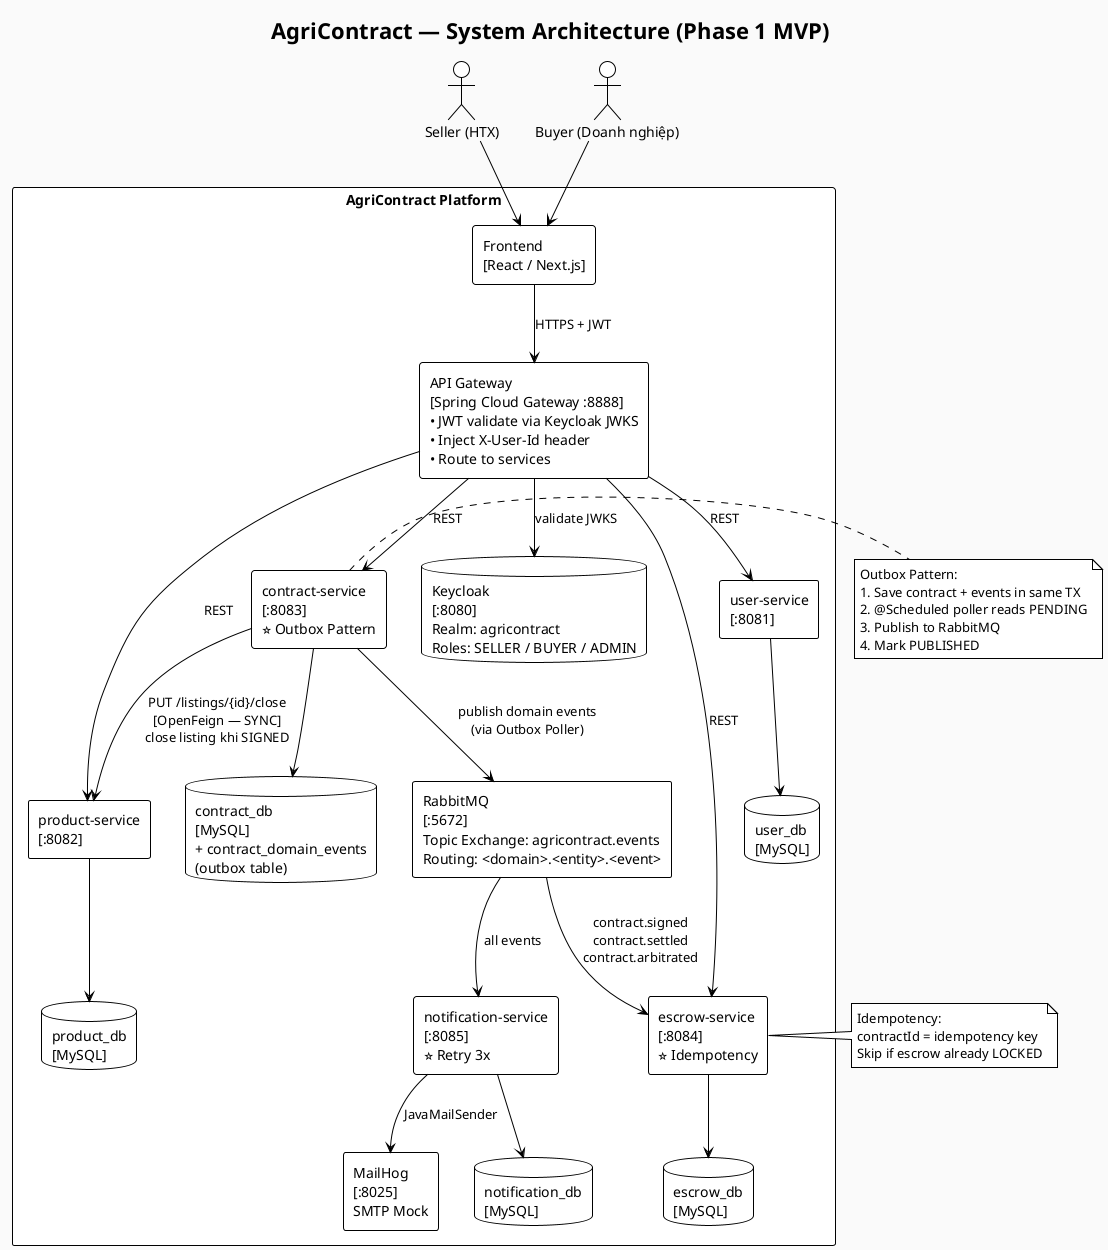
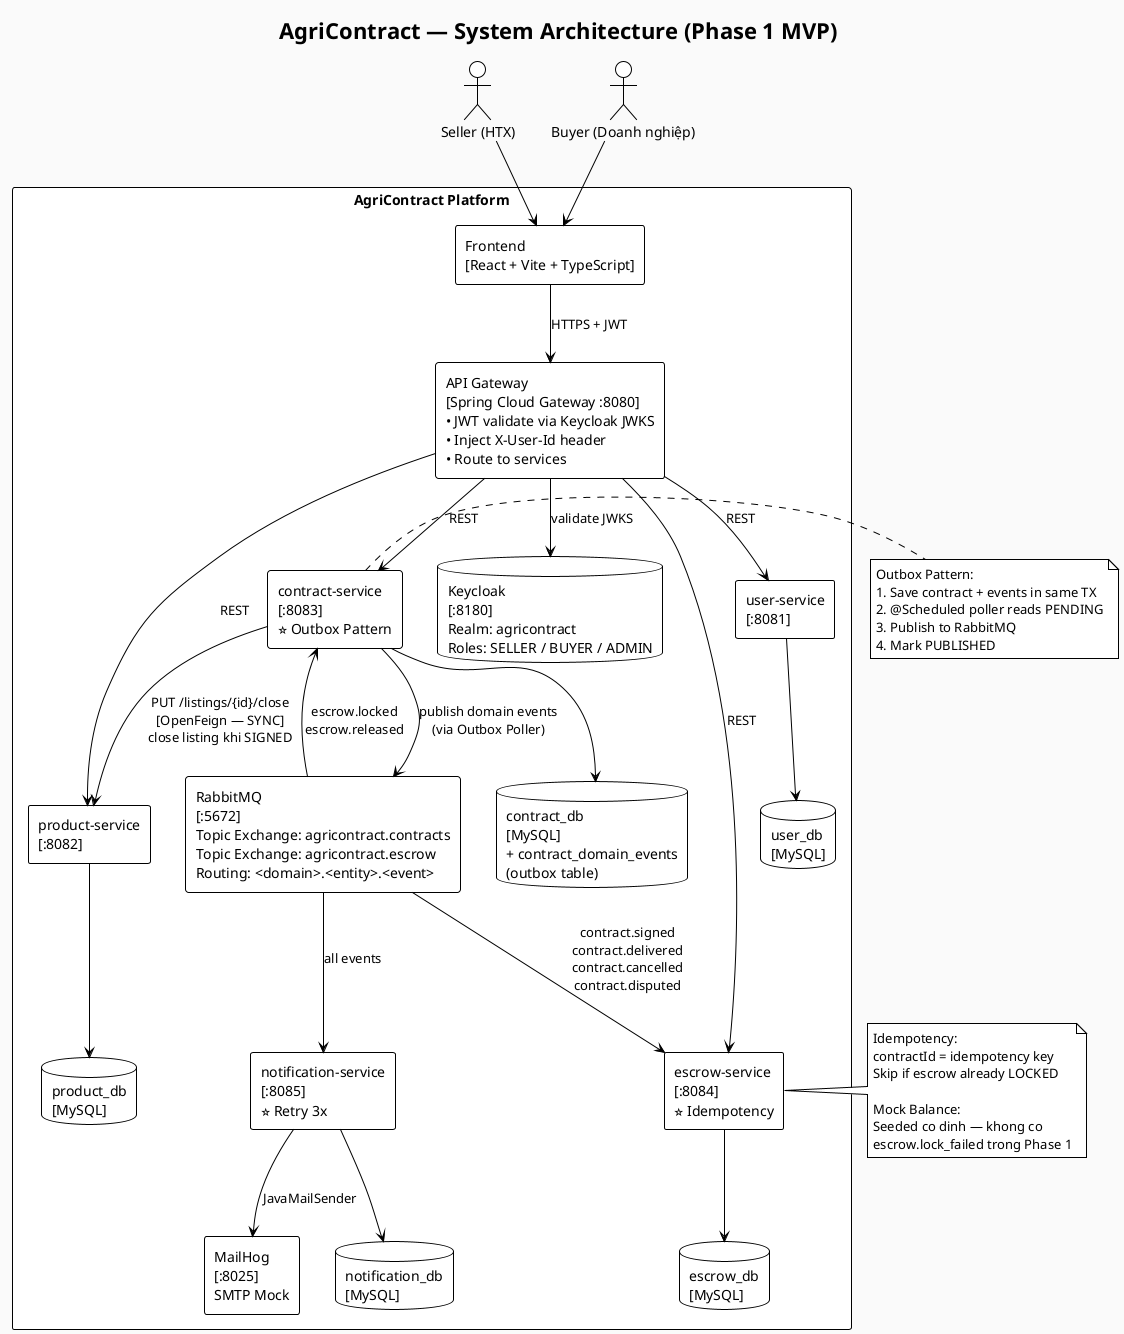
@startuml AgriContract - System Architecture
!theme plain
skinparam backgroundColor #FAFAFA
skinparam componentStyle rectangle
skinparam defaultFontName Arial

title AgriContract — System Architecture (Phase 1 MVP)

actor "Seller (HTX)" as Seller
actor "Buyer (Doanh nghiệp)" as Buyer

rectangle "AgriContract Platform" {
-     rectangle "Frontend\n[React / Next.js]" as FE
+     rectangle "Frontend\n[React + Vite + TypeScript]" as FE

-     rectangle "API Gateway\n[Spring Cloud Gateway :8888]\n• JWT validate via Keycloak JWKS\n• Inject X-User-Id header\n• Route to services" as GW
+     rectangle "API Gateway\n[Spring Cloud Gateway :8080]\n• JWT validate via Keycloak JWKS\n• Inject X-User-Id header\n• Route to services" as GW

-     database "Keycloak\n[:8080]\nRealm: agricontract\nRoles: SELLER / BUYER / ADMIN" as KC
+     database "Keycloak\n[:8180]\nRealm: agricontract\nRoles: SELLER / BUYER / ADMIN" as KC

-     rectangle "RabbitMQ\n[:5672]\nTopic Exchange: agricontract.events\nRouting: <domain>.<entity>.<event>" as MQ
+     rectangle "RabbitMQ\n[:5672]\nTopic Exchange: agricontract.contracts\nTopic Exchange: agricontract.escrow\nRouting: <domain>.<entity>.<event>" as MQ

    rectangle "user-service\n[:8081]" as US
    rectangle "product-service\n[:8082]" as PS
    rectangle "contract-service\n[:8083]\n⭐ Outbox Pattern" as CS
    rectangle "escrow-service\n[:8084]\n⭐ Idempotency" as ES
    rectangle "notification-service\n[:8085]\n⭐ Retry 3x" as NS

    database "user_db\n[MySQL]" as UDB
    database "product_db\n[MySQL]" as PDB
    database "contract_db\n[MySQL]\n+ contract_domain_events\n(outbox table)" as CDB
    database "escrow_db\n[MySQL]" as ESDB
    database "notification_db\n[MySQL]" as NDB

    rectangle "MailHog\n[:8025]\nSMTP Mock" as MAIL
}

Seller --> FE
Buyer --> FE
FE --> GW : HTTPS + JWT
GW --> KC : validate JWKS
GW --> US : REST
GW --> PS : REST
GW --> CS : REST
GW --> ES : REST

CS --> PS : PUT /listings/{id}/close\n[OpenFeign — SYNC]\nclose listing khi SIGNED

CS --> MQ : publish domain events\n(via Outbox Poller)
- MQ --> ES : contract.signed\ncontract.settled\ncontract.arbitrated
+ MQ --> ES : contract.signed\ncontract.delivered\ncontract.cancelled\ncontract.disputed
+ MQ --> CS : escrow.locked\nescrow.released
MQ --> NS : all events

ES --> ESDB
CS --> CDB
US --> UDB
PS --> PDB
NS --> NDB
NS --> MAIL : JavaMailSender

note right of CS
  Outbox Pattern:
  1. Save contract + events in same TX
  2. @Scheduled poller reads PENDING
  3. Publish to RabbitMQ
  4. Mark PUBLISHED
end note

note right of ES
  Idempotency:
  contractId = idempotency key
  Skip if escrow already LOCKED
+ 
+   Mock Balance:
+   Seeded co dinh — khong co
+   escrow.lock_failed trong Phase 1
end note

@enduml
